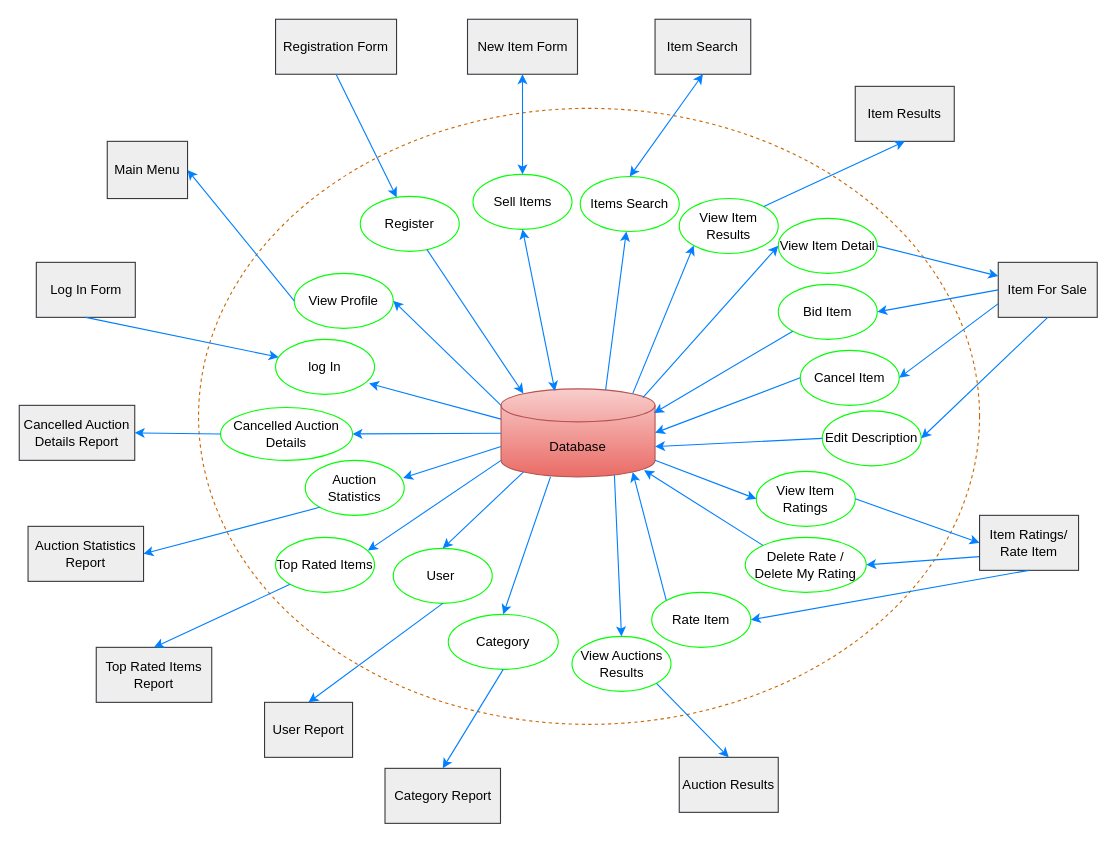
Before: IFD_BuzzBid.drawio in jobanyv9/6400_DatbaseDesign, a draw.io diagram. Source tidied: cells renumbered, new cells numbered last; positions are measured from the earlier drawing's top-left corner, leaving out a move shared by most shapes. Both pictures are drawn from the tidied source at 110%, with x=0, y=0 at pixel (19, 19).
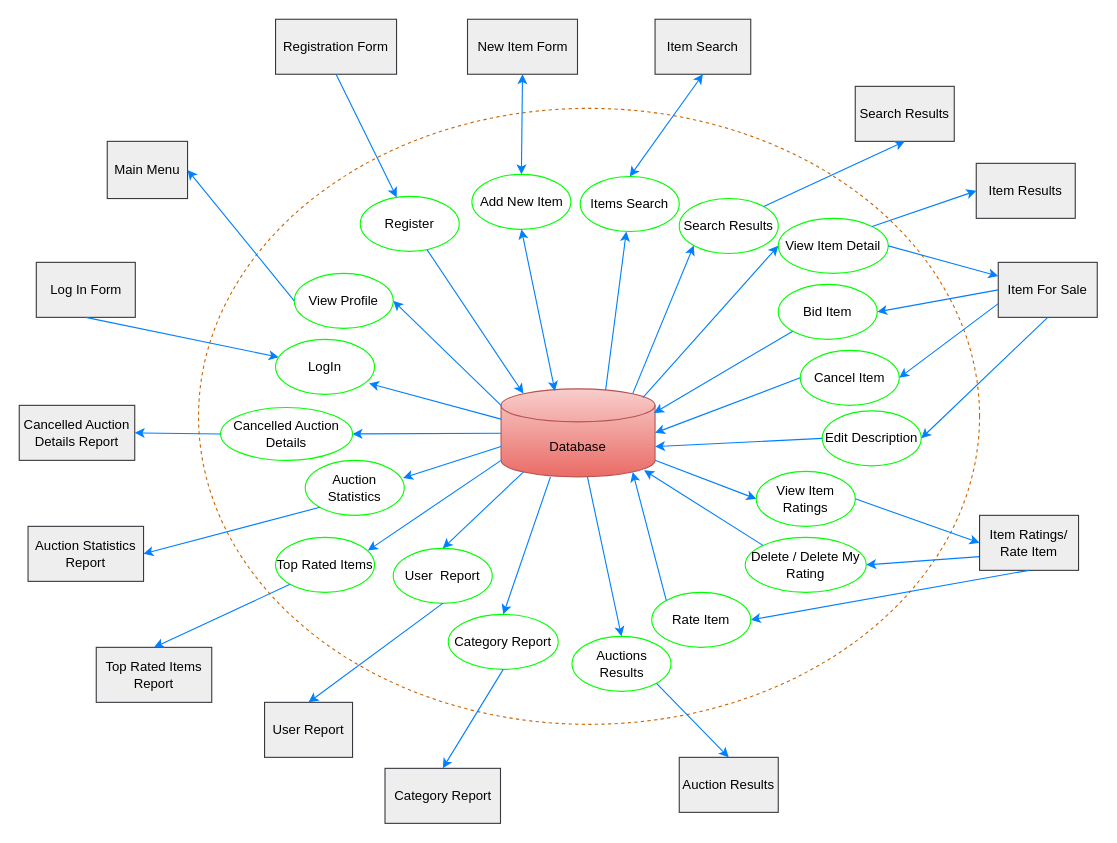
The same page after the edit.

The change refers to these unchanged cells:
```xml
<mxCell id="3" value="Database" style="shape=cylinder3;whiteSpace=wrap;html=1;boundedLbl=1;backgroundOutline=1;size=15;fillColor=#f8cecc;strokeColor=#b85450;gradientColor=#ea6b66;" parent="1" vertex="1">
  <mxGeometry x="438" y="336" width="140" height="80" as="geometry" />
</mxCell>
```

Diff of the diagram source:
```diff
@@
-    <mxCell id="4" value="log In" style="ellipse;whiteSpace=wrap;html=1;strokeColor=#00FF00;" parent="1" vertex="1">
+    <mxCell id="4" value="LogIn" style="ellipse;whiteSpace=wrap;html=1;strokeColor=#00FF00;" parent="1" vertex="1">
       <mxGeometry x="233" y="291" width="90" height="50" as="geometry" />
     </mxCell>
@@
-    <mxCell id="7" value="Sell Items" style="ellipse;whiteSpace=wrap;html=1;strokeColor=#00FF00;" parent="1" vertex="1">
-      <mxGeometry x="412.5" y="141" width="90" height="50" as="geometry" />
+    <mxCell id="7" value="Add New Item" style="ellipse;whiteSpace=wrap;html=1;strokeColor=#00FF00;" parent="1" vertex="1">
+      <mxGeometry x="411.5" y="141" width="90" height="50" as="geometry" />
     </mxCell>
@@
-    <mxCell id="10" value="View Auctions Results" style="ellipse;whiteSpace=wrap;html=1;strokeColor=#00FF00;" parent="1" vertex="1">
+    <mxCell id="10" value="Auctions Results" style="ellipse;whiteSpace=wrap;html=1;strokeColor=#00FF00;" parent="1" vertex="1">
       <mxGeometry x="502.5" y="561" width="90" height="50" as="geometry" />
     </mxCell>
-    <mxCell id="11" value="Category" style="ellipse;whiteSpace=wrap;html=1;strokeColor=#00FF00;" parent="1" vertex="1">
+    <mxCell id="11" value="Category Report" style="ellipse;whiteSpace=wrap;html=1;strokeColor=#00FF00;" parent="1" vertex="1">
       <mxGeometry x="390" y="541" width="100" height="50" as="geometry" />
     </mxCell>
-    <mxCell id="12" value="User&amp;nbsp;" style="ellipse;whiteSpace=wrap;html=1;strokeColor=#00FF00;" parent="1" vertex="1">
+    <mxCell id="12" value="User &amp;nbsp;Report" style="ellipse;whiteSpace=wrap;html=1;strokeColor=#00FF00;" parent="1" vertex="1">
       <mxGeometry x="340" y="481" width="90" height="50" as="geometry" />
     </mxCell>
@@
-    <mxCell id="16" style="endArrow=classic;html=1;rounded=0;exitX=0.736;exitY=0.975;exitDx=0;exitDy=0;exitPerimeter=0;strokeColor=#007FFF;entryX=0.5;entryY=0;entryDx=0;entryDy=0;" parent="1" edge="1" source="3" target="10">
-      <mxGeometry relative="1" as="geometry" />
-    </mxCell>
@@
-    <mxCell id="51" value="Item Results" style="rounded=0;whiteSpace=wrap;html=1;fillColor=#eeeeee;strokeColor=#36393d;" parent="1" vertex="1">
+    <mxCell id="51" value="Search Results" style="rounded=0;whiteSpace=wrap;html=1;fillColor=#eeeeee;strokeColor=#36393d;" parent="1" vertex="1">
       <mxGeometry x="760" y="61" width="90" height="50" as="geometry" />
     </mxCell>
-    <mxCell id="52" value="View Item Results" style="ellipse;whiteSpace=wrap;html=1;strokeColor=#00FF00;" parent="1" vertex="1">
+    <mxCell id="52" value="Search Results" style="ellipse;whiteSpace=wrap;html=1;strokeColor=#00FF00;" parent="1" vertex="1">
       <mxGeometry x="600" y="163" width="90" height="50" as="geometry" />
     </mxCell>
@@
-    <mxCell id="58" value="Delete Rate / Delete My Rating" style="ellipse;whiteSpace=wrap;html=1;strokeColor=#00FF00;" parent="1" vertex="1">
+    <mxCell id="58" value="Delete / Delete My Rating" style="ellipse;whiteSpace=wrap;html=1;strokeColor=#00FF00;" parent="1" vertex="1">
       <mxGeometry x="660" y="471" width="110" height="50" as="geometry" />
     </mxCell>
@@
     <mxCell id="71" value="View Item Detail" style="ellipse;whiteSpace=wrap;html=1;strokeColor=#00FF00;" parent="1" vertex="1">
-      <mxGeometry x="690" y="181" width="90" height="50" as="geometry" />
+      <mxGeometry x="690" y="181" width="100" height="50" as="geometry" />
     </mxCell>
@@
+    <mxCell id="75" value="Item Results" style="rounded=0;whiteSpace=wrap;html=1;fillColor=#eeeeee;strokeColor=#36393d;" parent="1" vertex="1">
+      <mxGeometry x="870" y="131" width="90" height="50" as="geometry" />
+    </mxCell>
+    <mxCell id="76" style="endArrow=classic;html=1;rounded=0;exitX=1;exitY=0;exitDx=0;exitDy=0;curved=0;strokeColor=#007FFF;entryX=0;entryY=0.5;entryDx=0;entryDy=0;" parent="1" edge="1" source="71" target="75">
+      <mxGeometry relative="1" as="geometry" />
+    </mxCell>
+    <mxCell id="16" style="endArrow=classic;html=1;rounded=0;strokeColor=#007FFF;entryX=0.5;entryY=0;entryDx=0;entryDy=0;" parent="1" edge="1" source="3" target="10">
+      <mxGeometry relative="1" as="geometry" />
+    </mxCell>
```
